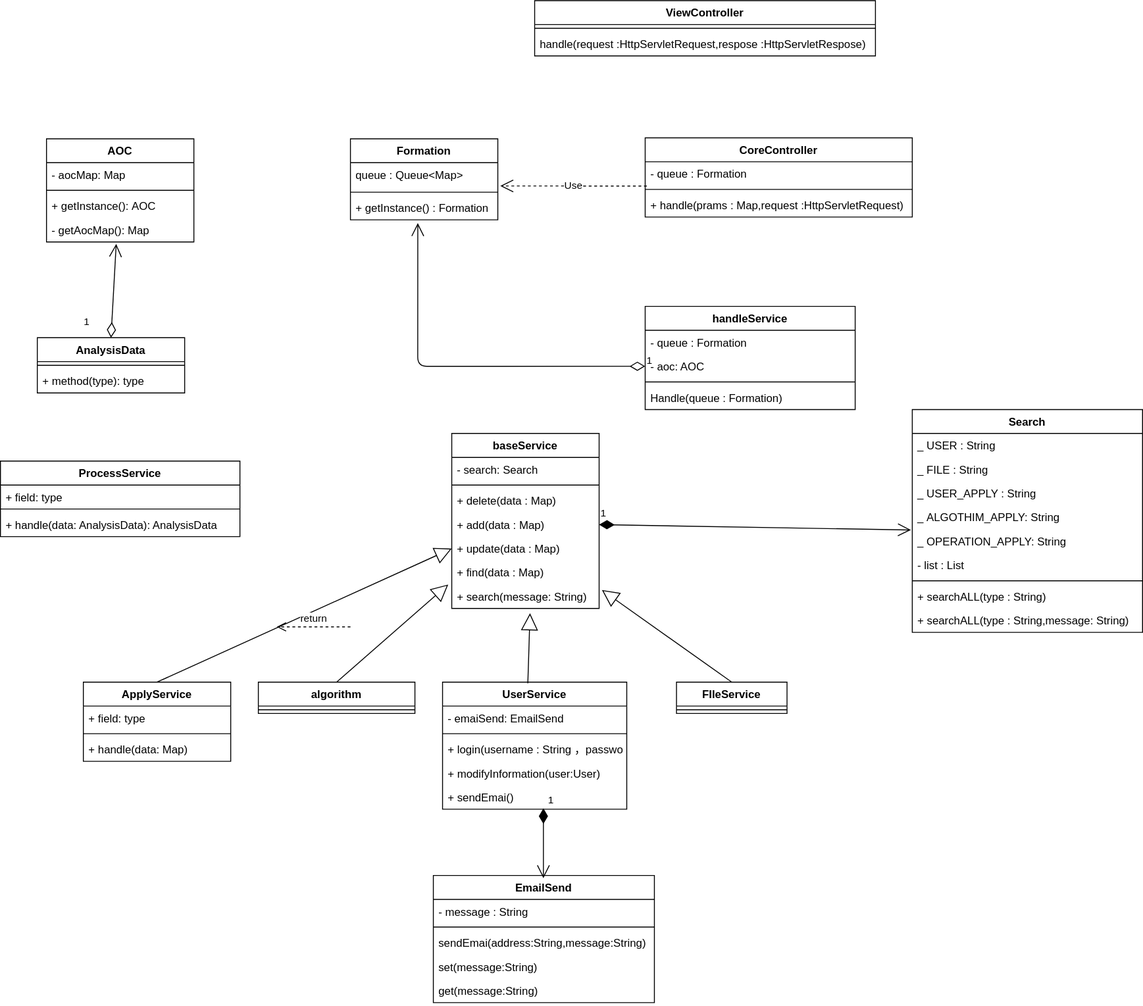
The draw.io diagram class.svg in JDsen99/UML, before a commit. Source tidied: cells renumbered, new cells last; positions are measured from the earlier drawing's top-left corner, leaving out a move shared by most shapes.
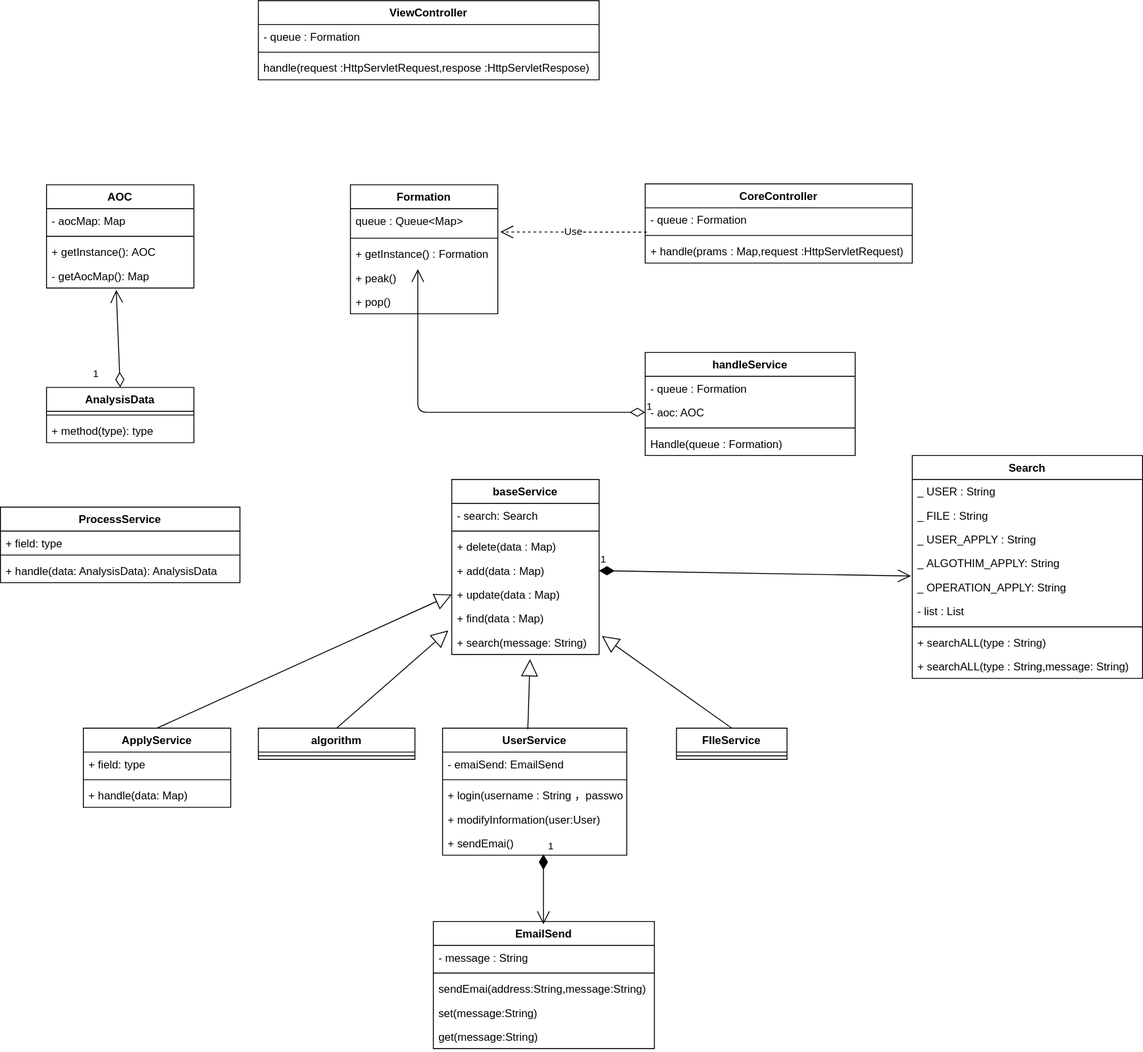
The same file after the commit.

What changed in the source:
```diff
@@ -3,13 +3,16 @@
     <mxCell id="0" />
     <mxCell id="1" parent="0" />
     <mxCell id="2" value="ViewController" style="swimlane;fontStyle=1;align=center;verticalAlign=top;horizontal=1;startSize=26;" parent="1" vertex="1">
-      <mxGeometry x="580" width="370" height="60" as="geometry" />
+      <mxGeometry x="280" y="-50" width="370" height="86" as="geometry" />
     </mxCell>
+    <mxCell id="78" value="- queue : Formation" style="text;strokeColor=none;fillColor=none;align=left;verticalAlign=top;spacingLeft=4;spacingRight=4;overflow=hidden;" parent="2" vertex="1">
+      <mxGeometry y="26" width="370" height="26" as="geometry" />
+    </mxCell>
     <mxCell id="3" style="line;strokeWidth=1;fillColor=none;align=left;verticalAlign=middle;spacingTop=-1;spacingLeft=3;spacingRight=3;labelPosition=right;" parent="2" vertex="1">
-      <mxGeometry y="26" width="370" height="8" as="geometry" />
+      <mxGeometry y="52" width="370" height="8" as="geometry" />
     </mxCell>
     <mxCell id="4" value="handle(request :HttpServletRequest,respose :HttpServletRespose)" style="text;strokeColor=none;fillColor=none;align=left;verticalAlign=top;spacingLeft=4;spacingRight=4;overflow=hidden;" parent="2" vertex="1">
-      <mxGeometry y="34" width="370" height="26" as="geometry" />
+      <mxGeometry y="60" width="370" height="26" as="geometry" />
     </mxCell>
     <mxCell id="5" value="CoreController" style="swimlane;fontStyle=1;align=center;verticalAlign=top;horizontal=1;startSize=26;" parent="1" vertex="1">
       <mxGeometry x="700" y="149" width="290" height="86" as="geometry" />
@@ -24,7 +27,7 @@
       <mxGeometry y="60" width="290" height="26" as="geometry" />
     </mxCell>
     <mxCell id="9" value="Formation" style="swimlane;fontStyle=1;align=center;verticalAlign=top;horizontal=1;startSize=26;" parent="1" vertex="1">
-      <mxGeometry x="380" y="150" width="160" height="88" as="geometry" />
+      <mxGeometry x="380" y="150" width="160" height="140" as="geometry" />
     </mxCell>
     <mxCell id="10" value="queue : Queue&lt;Map&gt;" style="text;strokeColor=none;fillColor=none;align=left;verticalAlign=top;spacingLeft=4;spacingRight=4;overflow=hidden;points=[[0,0.5],[1,0.5]];portConstraint=eastwest;" parent="9" vertex="1">
       <mxGeometry y="26" width="160" height="28" as="geometry" />
@@ -35,6 +38,12 @@
     <mxCell id="12" value="+ getInstance() : Formation" style="text;strokeColor=none;fillColor=none;align=left;verticalAlign=top;spacingLeft=4;spacingRight=4;overflow=hidden;points=[[0,0.5],[1,0.5]];portConstraint=eastwest;" parent="9" vertex="1">
       <mxGeometry y="62" width="160" height="26" as="geometry" />
     </mxCell>
+    <mxCell id="79" value="+ peak() " style="text;strokeColor=none;fillColor=none;align=left;verticalAlign=top;spacingLeft=4;spacingRight=4;overflow=hidden;" parent="9" vertex="1">
+      <mxGeometry y="88" width="160" height="26" as="geometry" />
+    </mxCell>
+    <mxCell id="80" value="+ pop() " style="text;strokeColor=none;fillColor=none;align=left;verticalAlign=top;spacingLeft=4;spacingRight=4;overflow=hidden;" parent="9" vertex="1">
+      <mxGeometry y="114" width="160" height="26" as="geometry" />
+    </mxCell>
     <mxCell id="13" value="Use" style="endArrow=open;endSize=12;dashed=1;html=1;exitX=0.006;exitY=1.013;exitDx=0;exitDy=0;exitPerimeter=0;entryX=1.017;entryY=0.9;entryDx=0;entryDy=0;entryPerimeter=0;" parent="1" edge="1" source="6" target="10">
       <mxGeometry relative="1" as="geometry" />
     </mxCell>
@@ -207,7 +216,7 @@
       <mxGeometry y="56" width="260" height="26" as="geometry" />
     </mxCell>
     <mxCell id="70" value="AnalysisData" style="swimlane;fontStyle=1;align=center;verticalAlign=top;horizontal=1;startSize=26;rounded=0;shadow=0;glass=0;sketch=0;" parent="1" vertex="1">
-      <mxGeometry x="40" y="366" width="160" height="60" as="geometry" />
+      <mxGeometry x="50" y="370" width="160" height="60" as="geometry" />
     </mxCell>
     <mxCell id="71" style="line;strokeWidth=1;fillColor=none;align=left;verticalAlign=middle;spacingTop=-1;spacingLeft=3;spacingRight=3;labelPosition=right;" parent="70" vertex="1">
       <mxGeometry y="26" width="160" height="8" as="geometry" />
@@ -224,12 +233,6 @@
     <mxCell id="74" value="1" style="endArrow=open;html=1;endSize=12;startArrow=diamondThin;startSize=14;startFill=1;align=left;verticalAlign=bottom;exitX=1;exitY=0.5;exitDx=0;exitDy=0;entryX=-0.006;entryY=0.031;entryDx=0;entryDy=0;entryPerimeter=0;" parent="1" edge="1" source="49" target="25">
       <mxGeometry x="-1" y="3" relative="1" as="geometry" />
     </mxCell>
-    <mxCell id="75" value="return" style="html=1;verticalAlign=bottom;endArrow=open;dashed=1;endSize=8;" parent="1" edge="1">
-      <mxGeometry relative="1" as="geometry">
-        <mxPoint x="380" y="680" as="sourcePoint" />
-        <mxPoint x="300" y="680" as="targetPoint" />
-      </mxGeometry>
-    </mxCell>
     <mxCell id="76" value="1" style="endArrow=open;html=1;endSize=12;startArrow=diamondThin;startSize=14;startFill=0;align=left;verticalAlign=bottom;exitX=0.5;exitY=0;exitDx=0;exitDy=0;entryX=0.473;entryY=1.081;entryDx=0;entryDy=0;entryPerimeter=0;" parent="1" edge="1" source="70" target="65">
       <mxGeometry x="-0.88" y="30" relative="1" as="geometry">
         <mxPoint x="-1" as="offset" />
```
